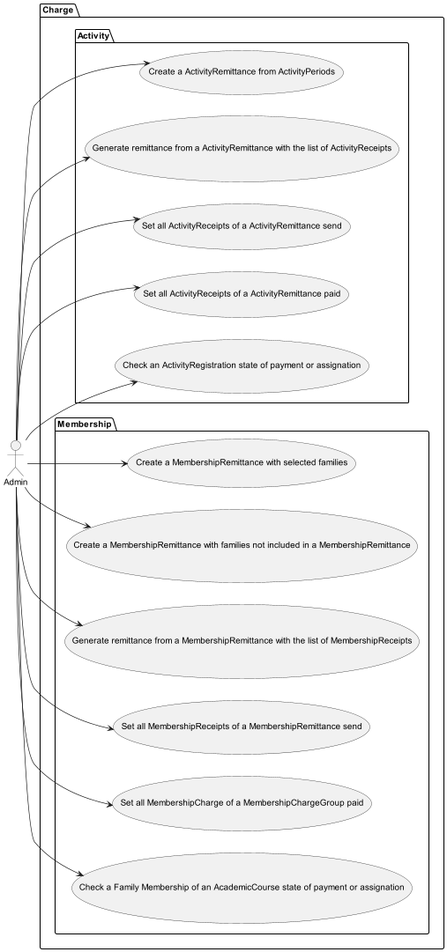
IgnacioMaestro/ampa-manager keeps this PlantUML diagram as doc/UseCasesDiagram/Charge/Charge.png. Above is the earlier version.
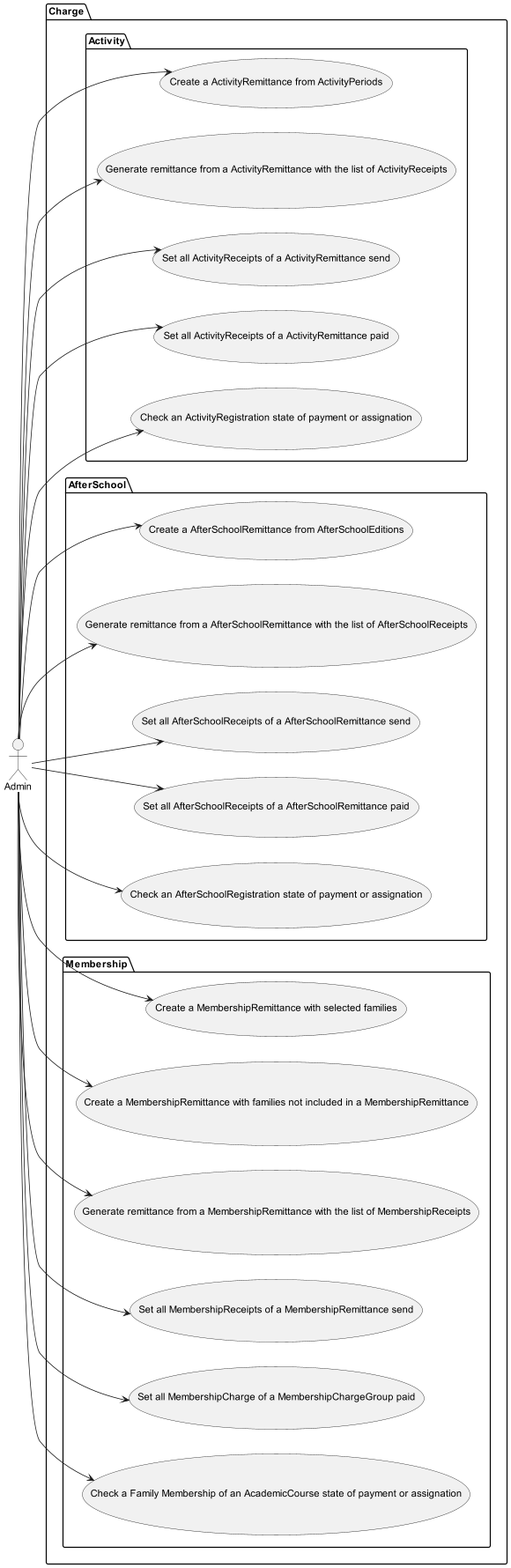
The same file after the commit.

What changed in the source:
```diff
@@ -9,6 +9,13 @@
       Admin --> (Set all ActivityReceipts of a ActivityRemittance paid)
       Admin --> (Check an ActivityRegistration state of payment or assignation)
     }
+    package AfterSchool{
+      Admin --> (Create a AfterSchoolRemittance from AfterSchoolEditions)
+      Admin --> (Generate remittance from a AfterSchoolRemittance with the list of AfterSchoolReceipts)
+      Admin --> (Set all AfterSchoolReceipts of a AfterSchoolRemittance send)
+      Admin --> (Set all AfterSchoolReceipts of a AfterSchoolRemittance paid)
+      Admin --> (Check an AfterSchoolRegistration state of payment or assignation)
+    }
     package Membership{
       Admin --> (Create a MembershipRemittance with selected families)
       Admin --> (Create a MembershipRemittance with families not included in a MembershipRemittance)
```
